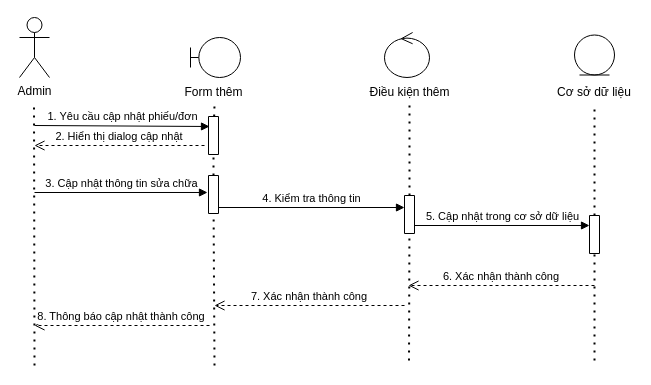
This is updateRepairUnit.drawio from lesongvi/dhelpproject, a draw.io file, before an edit. Source tidied: cells renumbered, new cells numbered last; positions are measured from the earlier drawing's top-left corner, leaving out a move shared by most shapes. Both pictures are drawn from the tidied source at 100%, with x=0, y=0 at pixel (19, 17).
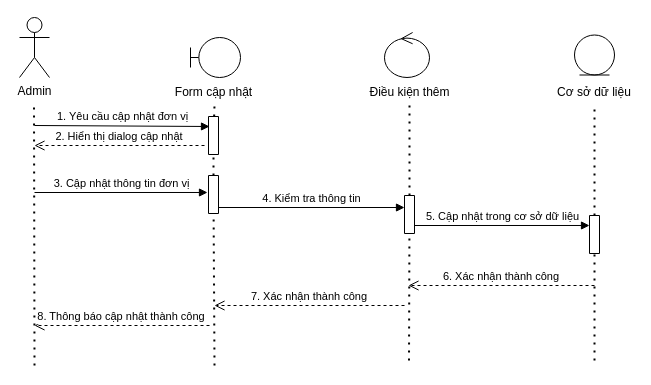
After the change.

The change refers to these unchanged cells:
```xml
<mxCell id="6" style="verticalLabelPosition=bottom;verticalAlign=top;html=1;shape=mxgraph.basic.rect;fillColor2=none;strokeWidth=1;size=20;indent=5;" parent="1" vertex="1">
  <mxGeometry x="189" y="99" width="10" height="38" as="geometry" />
</mxCell>
<mxCell id="11" style="verticalLabelPosition=bottom;verticalAlign=top;html=1;shape=mxgraph.basic.rect;fillColor2=none;strokeWidth=1;size=20;indent=5;" parent="1" vertex="1">
  <mxGeometry x="189" y="158" width="10" height="38" as="geometry" />
</mxCell>
```

The edit, as a diff of the source:
```diff
@@
-    <mxCell id="8" value="Form thêm" style="text;html=1;align=center;verticalAlign=middle;strokeColor=none;fillColor=none;" parent="1" vertex="1">
-      <mxGeometry x="159" y="65" width="70" height="20" as="geometry" />
+    <mxCell id="8" value="Form cập nhật" style="text;html=1;align=center;verticalAlign=middle;strokeColor=none;fillColor=none;" parent="1" vertex="1">
+      <mxGeometry x="149" y="65" width="90" height="20" as="geometry" />
     </mxCell>
-    <mxCell id="9" value="1. Yêu cầu cập nhật phiếu/đơn" style="html=1;verticalAlign=bottom;endArrow=block;rounded=0;entryX=0.1;entryY=0.263;entryDx=0;entryDy=0;entryPerimeter=0;" parent="1" edge="1" target="6">
+    <mxCell id="9" value="1. Yêu cầu cập nhật đơn vị" style="html=1;verticalAlign=bottom;endArrow=block;rounded=0;entryX=0.1;entryY=0.263;entryDx=0;entryDy=0;entryPerimeter=0;" parent="1" edge="1" target="6">
       <mxGeometry relative="1" as="geometry">
         <mxPoint x="15" y="108" as="sourcePoint" />
       </mxGeometry>
     </mxCell>
@@
-    <mxCell id="13" value="3. Cập nhật thông tin sửa chữa" style="html=1;verticalAlign=bottom;endArrow=block;rounded=0;entryX=-0.1;entryY=0.447;entryDx=0;entryDy=0;entryPerimeter=0;" parent="1" edge="1" target="11">
+    <mxCell id="13" value="3. Cập nhật thông tin đơn vị" style="html=1;verticalAlign=bottom;endArrow=block;rounded=0;entryX=-0.1;entryY=0.447;entryDx=0;entryDy=0;entryPerimeter=0;" parent="1" edge="1" target="11">
       <mxGeometry relative="1" as="geometry">
         <mxPoint x="15" y="175" as="sourcePoint" />
       </mxGeometry>
     </mxCell>
```
